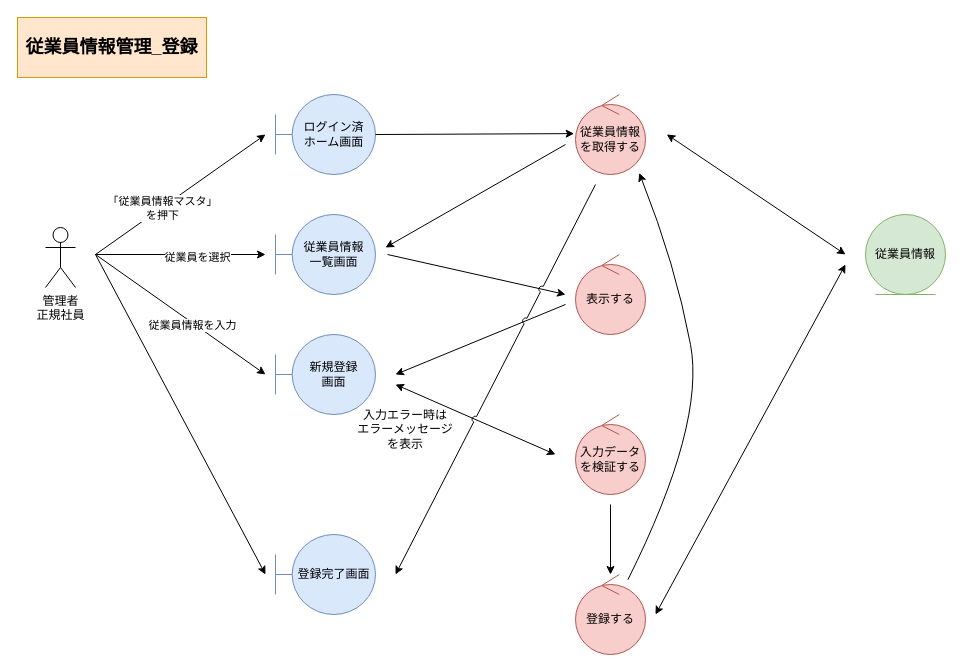
Earlier version of the draw.io diagram page "*従業員情報管理_登録" (1 of 5) of 各種設計書/3ロバストネス図/マスタ管理/1.従業員情報マスタ.drawio (HaruShim/Sotuken). Source tidied: cells renumbered, new cells numbered last; positions are measured from the earlier drawing's top-left corner, leaving out a move shared by most shapes. Both pictures are drawn from the tidied source at 100%, with x=0, y=0 at pixel (17, 17).
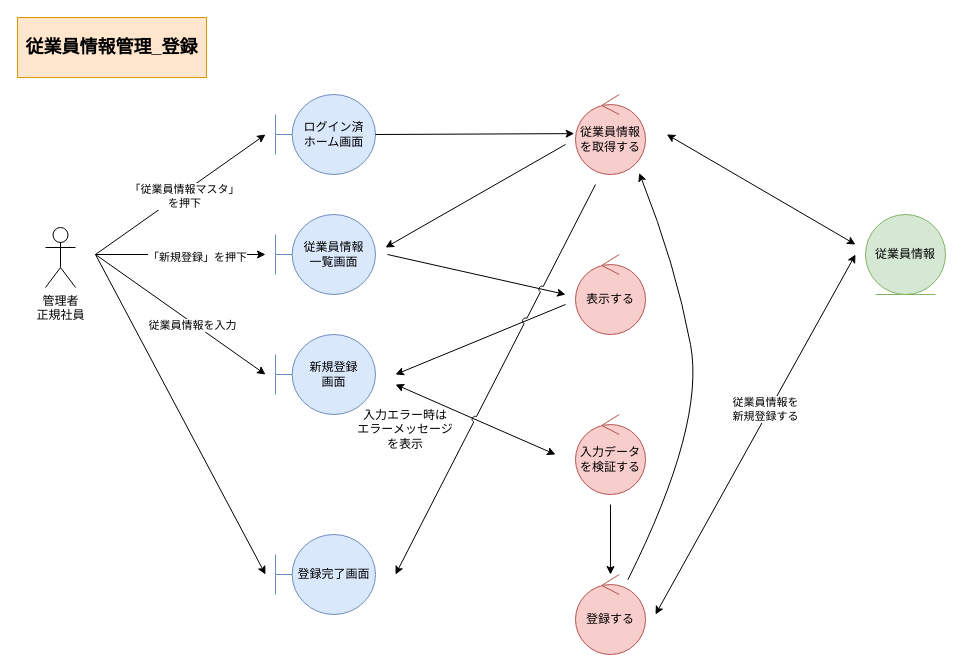
After the change.

The change refers to these unchanged cells:
```xml
<mxCell id="22" style="endArrow=classic;html=1;rounded=0;" parent="1" edge="1">
  <mxGeometry relative="1" as="geometry">
    <mxPoint x="78" y="237" as="sourcePoint" />
    <mxPoint x="248" y="117" as="targetPoint" />
  </mxGeometry>
</mxCell>
<mxCell id="24" style="endArrow=classic;html=1;rounded=0;" parent="1" edge="1">
  <mxGeometry relative="1" as="geometry">
    <mxPoint x="78" y="237" as="sourcePoint" />
    <mxPoint x="248" y="237" as="targetPoint" />
  </mxGeometry>
</mxCell>
```

What changed in the source:
```diff
@@
     <mxCell id="9" style="endArrow=classic;html=1;rounded=0;exitX=1;exitY=0.5;exitDx=0;exitDy=0;exitPerimeter=0;startArrow=classic;startFill=1;" parent="1" edge="1">
       <mxGeometry relative="1" as="geometry">
         <mxPoint x="649.3" y="116.9" as="sourcePoint" />
-        <mxPoint x="828" y="237" as="targetPoint" />
+        <mxPoint x="838" y="227" as="targetPoint" />
       </mxGeometry>
     </mxCell>
@@
     <mxCell id="18" style="endArrow=classic;html=1;rounded=0;startArrow=classic;startFill=1;endFill=1;" parent="1" edge="1">
       <mxGeometry relative="1" as="geometry">
-        <mxPoint x="828" y="247" as="sourcePoint" />
+        <mxPoint x="838" y="237" as="sourcePoint" />
         <mxPoint x="638" y="597" as="targetPoint" />
       </mxGeometry>
     </mxCell>
+    <mxCell id="31" value="従業員情報を&lt;br&gt;新規登録する" style="edgeLabel;html=1;align=center;verticalAlign=middle;" parent="18" vertex="1">
+      <mxGeometry x="0.09" y="4" relative="1" as="geometry">
+        <mxPoint x="15" y="-43" as="offset" />
+      </mxGeometry>
+    </mxCell>
@@
     <mxCell id="23" value="「従業員情報マスタ」&lt;br&gt;を押下" style="edgeLabel;html=1;align=center;verticalAlign=middle;" parent="22" vertex="1">
-      <mxGeometry x="-0.22" relative="1" as="geometry" />
+      <mxGeometry x="-0.22" relative="1" as="geometry">
+        <mxPoint x="22" y="-12" as="offset" />
+      </mxGeometry>
     </mxCell>
@@
-    <mxCell id="25" value="従業員を選択" style="edgeLabel;html=1;align=center;verticalAlign=middle;" parent="24" vertex="1">
+    <mxCell id="25" value="「新規登録」を押下" style="edgeLabel;html=1;align=center;verticalAlign=middle;" parent="24" vertex="1">
       <mxGeometry x="0.19" y="-2" relative="1" as="geometry" />
     </mxCell>
```
